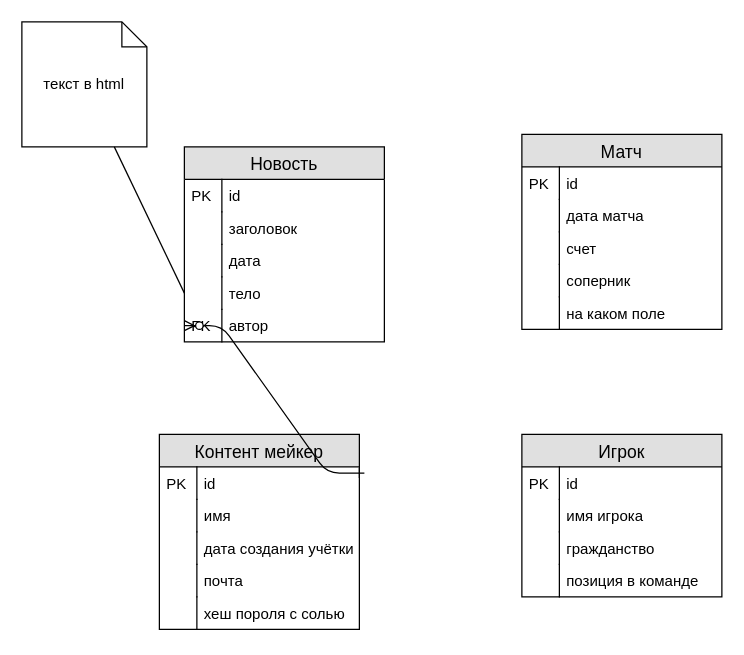
NativCos/CSF.Semestr6.TPO keeps this draw.io diagram as page "БД" (5 of 5) of docs/Diagrams.drawio. Above is the earlier version. Source tidied: cells renumbered, new cells numbered last; positions are measured from the earlier drawing's top-left corner, leaving out a move shared by most shapes. Both pictures are drawn from the tidied source at 125%, with x=0, y=0 at pixel (21, 21).
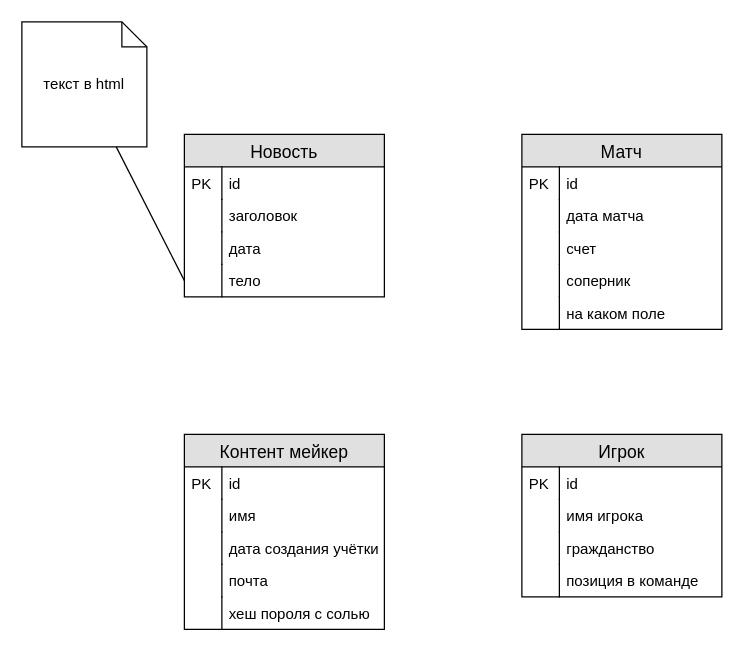
The same page after the edit.

Unchanged cells that the change refers to:
```xml
<mxCell id="14" value="id" style="shape=partialRectangle;top=0;left=0;right=0;bottom=0;align=left;verticalAlign=top;fillColor=none;spacingLeft=34;spacingRight=4;overflow=hidden;points=[[0,0.5],[1,0.5]];portConstraint=eastwest;fontSize=12;" parent="13" vertex="1">
  <mxGeometry y="26" width="160" height="26" as="geometry" />
</mxCell>
```

Change to the diagram source:
```diff
@@
     <mxCell id="2" value="Новость" style="swimlane;fontStyle=0;horizontal=1;startSize=26;fillColor=#e0e0e0;swimlaneFillColor=#ffffff;align=center;fontSize=14;" parent="1" vertex="1">
-      <mxGeometry x="130" y="100" width="160" height="156" as="geometry" />
+      <mxGeometry x="130" y="90" width="160" height="130" as="geometry" />
     </mxCell>
@@
-    <mxCell id="11" value="автор" style="shape=partialRectangle;top=0;left=0;right=0;bottom=0;align=left;verticalAlign=top;fillColor=none;spacingLeft=34;spacingRight=4;overflow=hidden;points=[[0,0.5],[1,0.5]];portConstraint=eastwest;fontSize=12;" parent="2" vertex="1">
-      <mxGeometry y="130" width="160" height="26" as="geometry" />
-    </mxCell>
-    <mxCell id="12" value="FK" style="shape=partialRectangle;top=0;left=0;bottom=0;fillColor=none;align=left;verticalAlign=top;spacingLeft=4;spacingRight=4;overflow=hidden;fontSize=12;" parent="11" vertex="1">
-      <mxGeometry width="30" height="26" as="geometry" />
-    </mxCell>
     <mxCell id="13" value="Контент мейкер" style="swimlane;fontStyle=0;horizontal=1;startSize=26;fillColor=#e0e0e0;swimlaneFillColor=#ffffff;align=center;fontSize=14;" parent="1" vertex="1">
-      <mxGeometry x="110" y="330" width="160" height="156" as="geometry" />
+      <mxGeometry x="130" y="330" width="160" height="156" as="geometry" />
     </mxCell>
@@
-    <mxCell id="44" style="edgeStyle=entityRelationEdgeStyle;fontSize=12;html=1;endArrow=ERzeroToMany;startArrow=ERone;entryX=0;entryY=0.5;entryDx=0;entryDy=0;exitX=1.025;exitY=0.192;exitDx=0;exitDy=0;exitPerimeter=0;startFill=0;endFill=1;" parent="1" edge="1" source="14" target="11">
-      <mxGeometry relative="1" as="geometry" />
-    </mxCell>
```
